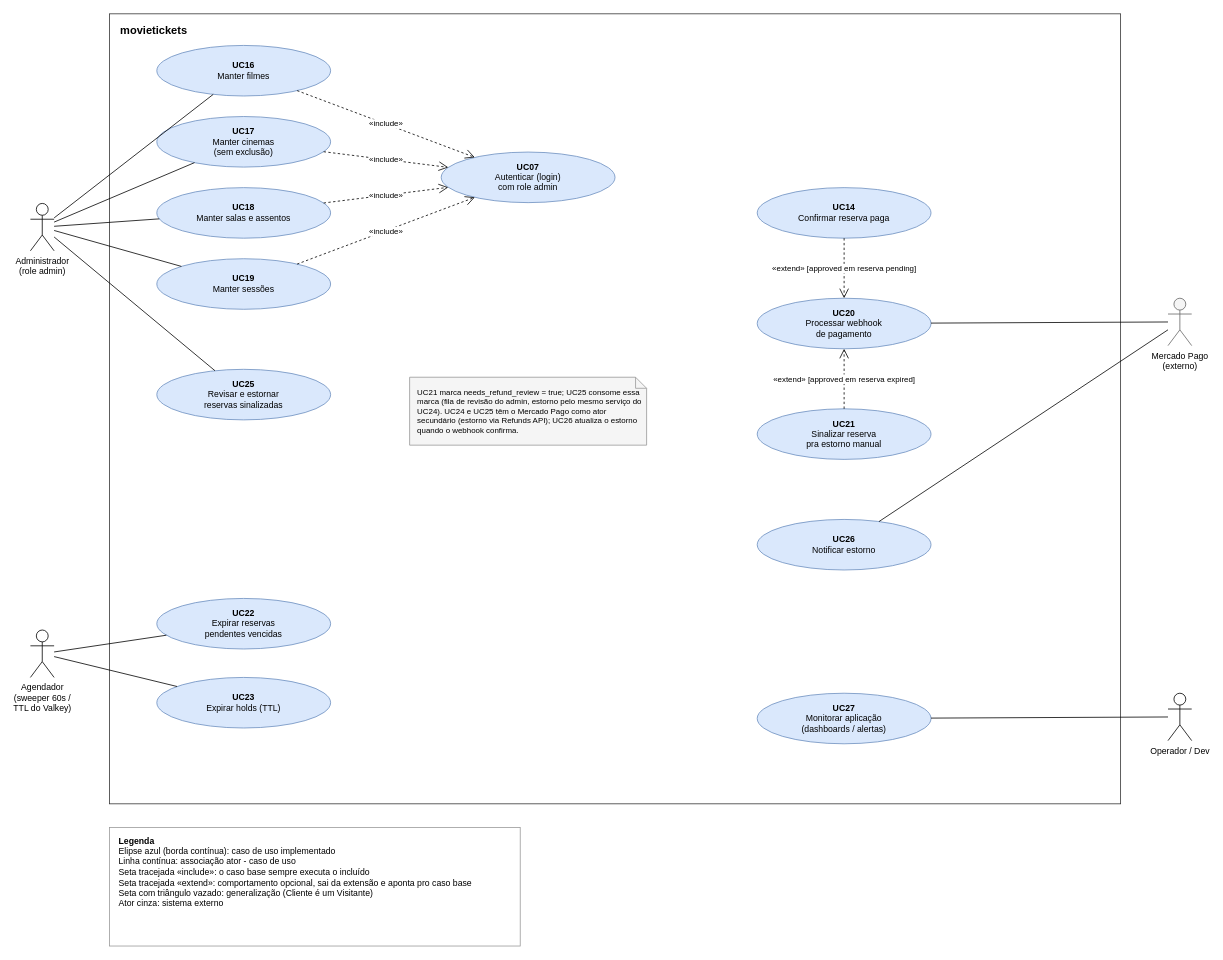
This is page "Administrador e sistema" (2 of 2) of docs/use-cases/use-cases.drawio from D4rkM/movietickets, a draw.io file, before an edit. Source tidied: cells renumbered, new cells numbered last; positions are measured from the earlier drawing's top-left corner, leaving out a move shared by most shapes. Both pictures are drawn from the tidied source at 79%, with x=0, y=0 at pixel (30, 13).
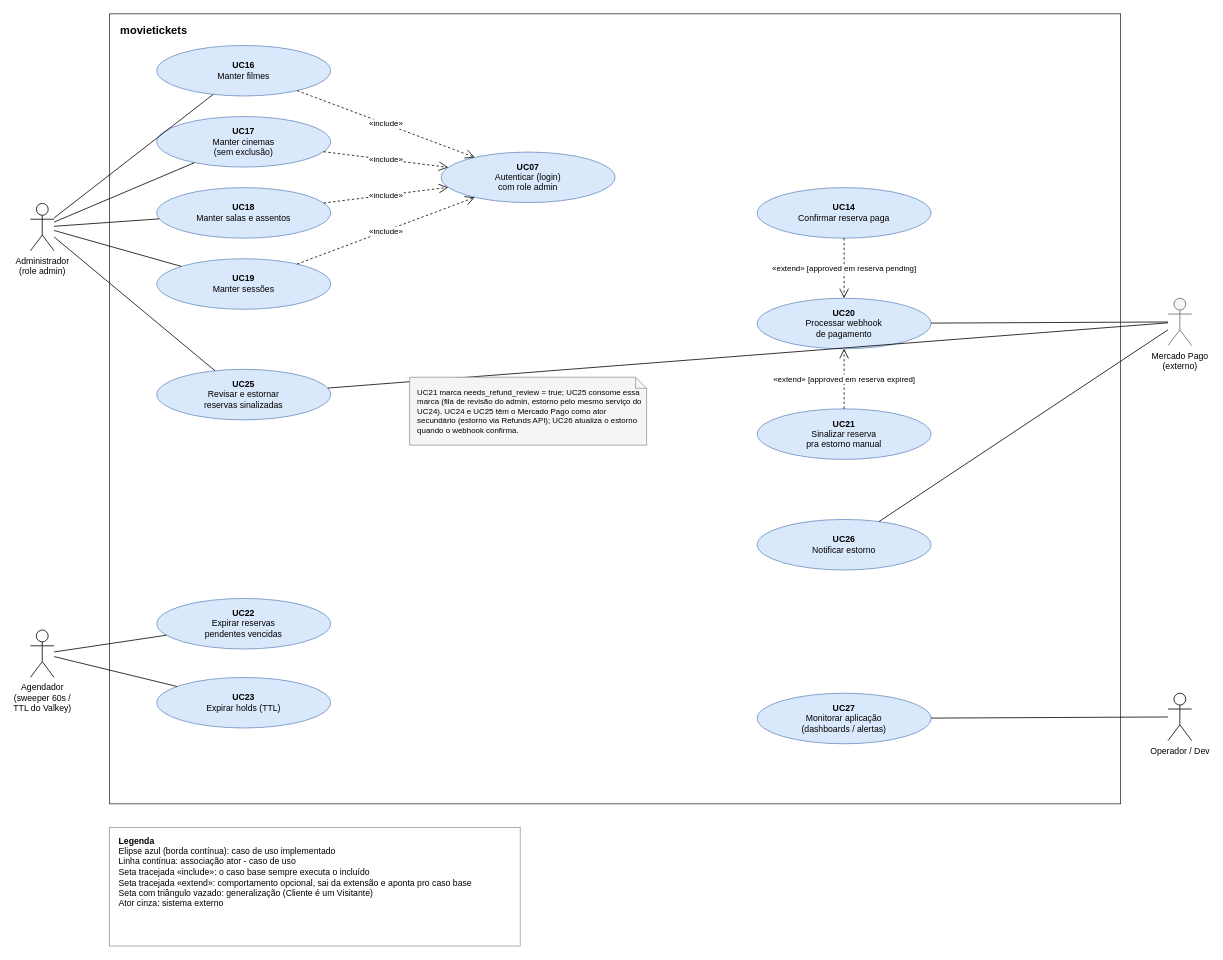
Above is the later version.

Unchanged cells that the change refers to:
```xml
<mxCell id="5" value="Mercado Pago&lt;br&gt;(externo)" style="shape=umlActor;verticalLabelPosition=bottom;verticalAlign=top;html=1;outlineConnect=0;fontSize=11;fillColor=#f5f5f5;strokeColor=#666666;" parent="1" vertex="1">
  <mxGeometry x="1440" y="360" width="30" height="60" as="geometry" />
</mxCell>
<mxCell id="11" value="&lt;b&gt;UC25&lt;/b&gt;&lt;br&gt;Revisar e estornar&lt;br&gt;reservas sinalizadas" style="ellipse;whiteSpace=wrap;html=1;fillColor=#dae8fc;strokeColor=#6c8ebf;fontSize=11;" parent="1" vertex="1">
  <mxGeometry x="160" y="450" width="220" height="64" as="geometry" />
</mxCell>
```

What changed in the source:
```diff
@@
+    <mxCell id="38" style="endArrow=none;html=1;rounded=0;" parent="1" edge="1" source="5" target="11">
+      <mxGeometry relative="1" as="geometry" />
+    </mxCell>
```
